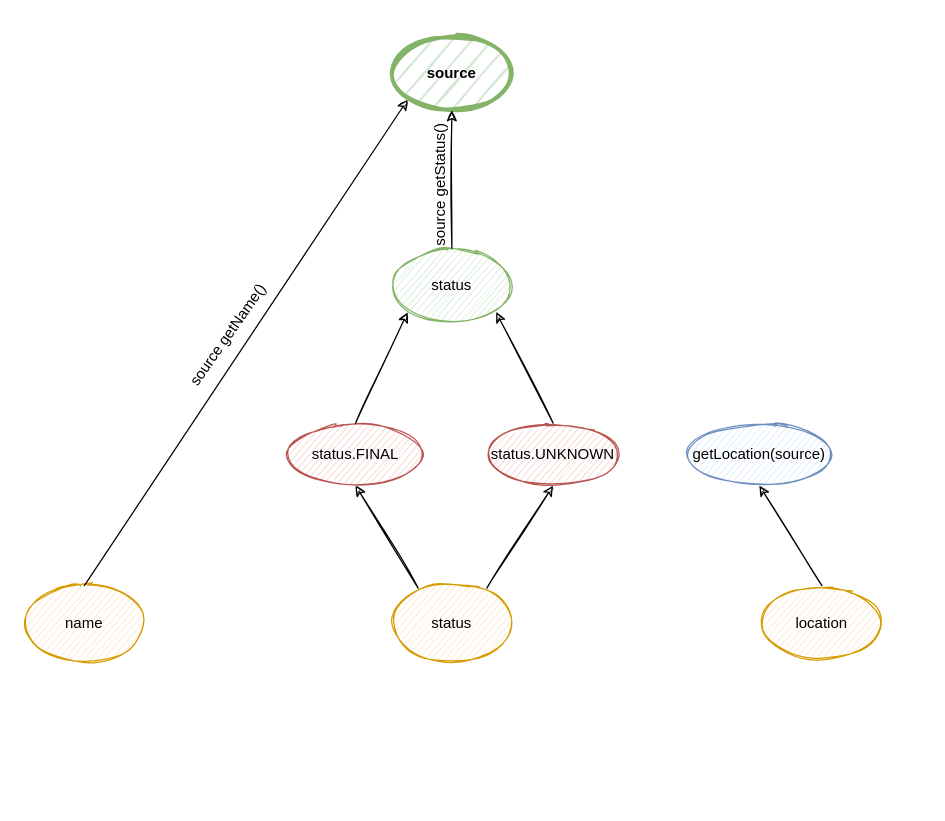
Earlier version of the draw.io diagram dg.drawio (jsachau/drawio). Source tidied: cells renumbered, new cells numbered last; positions are measured from the earlier drawing's top-left corner, leaving out a move shared by most shapes. Both pictures are drawn from the tidied source at 125%, with x=0, y=0 at pixel (21, 35).
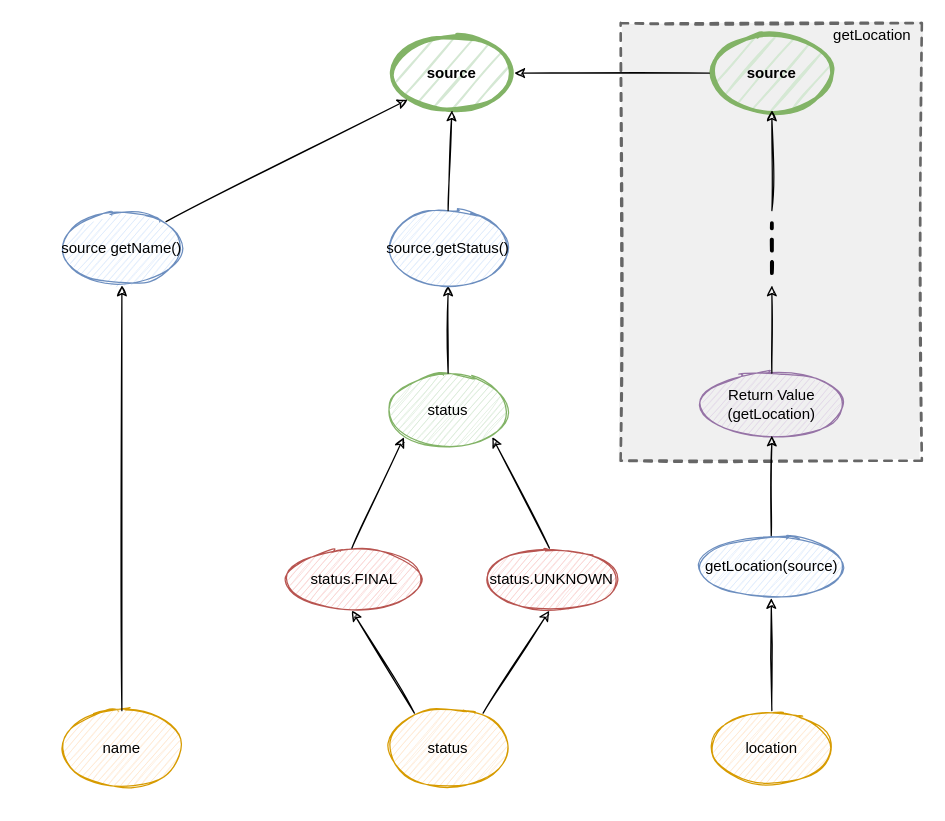
Above is the later version.

The change refers to these unchanged cells:
```xml
<mxCell id="7" value="&lt;b&gt;source&lt;/b&gt;" style="ellipse;whiteSpace=wrap;html=1;sketch=1;fillColor=#d5e8d4;strokeColor=#82b366;strokeWidth=3;" parent="1" vertex="1">
  <mxGeometry x="294" width="100" height="60" as="geometry" />
</mxCell>
```

Change to the diagram source:
```diff
@@
+    <mxCell id="19" style="rounded=0;whiteSpace=wrap;html=1;dashed=1;sketch=1;strokeWidth=2;strokeColor=#666666;fontColor=#333333;fillStyle=solid;fillColor=#F0F0F0;" parent="1" vertex="1">
+      <mxGeometry x="479" y="-10" width="241" height="350" as="geometry" />
+    </mxCell>
     <mxCell id="2" value="name" style="ellipse;whiteSpace=wrap;html=1;fillColor=#ffe6cc;strokeColor=#d79b00;sketch=1;" parent="1" vertex="1">
-      <mxGeometry y="440" width="100" height="60" as="geometry" />
+      <mxGeometry x="30" y="540" width="100" height="60" as="geometry" />
     </mxCell>
     <mxCell id="3" value="status" style="ellipse;whiteSpace=wrap;html=1;fillColor=#ffe6cc;strokeColor=#d79b00;sketch=1;" parent="1" vertex="1">
-      <mxGeometry x="294" y="440" width="100" height="60" as="geometry" />
+      <mxGeometry x="291" y="540" width="100" height="60" as="geometry" />
     </mxCell>
     <mxCell id="4" value="location" style="ellipse;whiteSpace=wrap;html=1;fillColor=#ffe6cc;strokeColor=#d79b00;sketch=1;" parent="1" vertex="1">
-      <mxGeometry x="590" y="440" width="100" height="60" as="geometry" />
+      <mxGeometry x="550" y="540" width="100" height="60" as="geometry" />
     </mxCell>
     <mxCell id="5" value="status.FINAL" style="ellipse;whiteSpace=wrap;html=1;fillColor=#f8cecc;strokeColor=#b85450;sketch=1;" parent="1" vertex="1">
-      <mxGeometry x="210" y="310" width="114" height="50" as="geometry" />
+      <mxGeometry x="209" y="410" width="114" height="50" as="geometry" />
     </mxCell>
     <mxCell id="6" value="status.UNKNOWN" style="ellipse;whiteSpace=wrap;html=1;fillColor=#f8cecc;strokeColor=#b85450;sketch=1;" parent="1" vertex="1">
-      <mxGeometry x="370" y="310" width="110" height="50" as="geometry" />
+      <mxGeometry x="369" y="410" width="110" height="50" as="geometry" />
     </mxCell>
@@
-    <mxCell id="8" style="endArrow=classic;html=1;entryX=0.5;entryY=1;entryDx=0;entryDy=0;exitX=0.78;exitY=0.033;exitDx=0;exitDy=0;exitPerimeter=0;sketch=1;" parent="1" edge="1" source="3" target="6">
-      <mxGeometry relative="1" as="geometry" />
+    <mxCell id="8" style="endArrow=classic;html=1;entryX=0.5;entryY=1;entryDx=0;entryDy=0;exitX=0.78;exitY=0.033;exitDx=0;exitDy=0;exitPerimeter=0;sketch=1;" parent="1" edge="1" source="3">
+      <mxGeometry relative="1" as="geometry">
+        <mxPoint x="422" y="460" as="targetPoint" />
+      </mxGeometry>
     </mxCell>
-    <mxCell id="9" style="endArrow=classic;html=1;entryX=0.5;entryY=1;entryDx=0;entryDy=0;exitX=0.23;exitY=0.033;exitDx=0;exitDy=0;exitPerimeter=0;sketch=1;" parent="1" edge="1" source="3" target="5">
-      <mxGeometry relative="1" as="geometry" />
+    <mxCell id="9" style="endArrow=classic;html=1;entryX=0.5;entryY=1;entryDx=0;entryDy=0;exitX=0.23;exitY=0.033;exitDx=0;exitDy=0;exitPerimeter=0;sketch=1;" parent="1" edge="1" source="3">
+      <mxGeometry relative="1" as="geometry">
+        <mxPoint x="264" y="460" as="targetPoint" />
+      </mxGeometry>
     </mxCell>
-    <mxCell id="10" style="endArrow=classic;html=1;entryX=0;entryY=1;entryDx=0;entryDy=0;exitX=0.5;exitY=0;exitDx=0;exitDy=0;sketch=1;" parent="1" edge="1" source="2" target="7">
+    <mxCell id="10" style="endArrow=classic;html=1;exitX=0.5;exitY=0;exitDx=0;exitDy=0;sketch=1;entryX=0.5;entryY=1;entryDx=0;entryDy=0;" parent="1" edge="1" source="2" target="11">
       <mxGeometry relative="1" as="geometry" />
     </mxCell>
-    <mxCell id="11" value="source getName()" style="text;html=1;align=center;verticalAlign=middle;points=[];rotation=-55;" parent="1" vertex="1">
-      <mxGeometry x="110" y="230" width="110" height="20" as="geometry" />
-    </mxCell>
@@
     <mxCell id="13" value="getLocation(source)" style="ellipse;whiteSpace=wrap;html=1;fillColor=#dae8fc;strokeColor=#6c8ebf;sketch=1;" parent="1" vertex="1">
-      <mxGeometry x="530" y="310" width="120" height="50" as="geometry" />
+      <mxGeometry x="539.5" y="400" width="120" height="50" as="geometry" />
     </mxCell>
     <mxCell id="14" value="status" style="ellipse;whiteSpace=wrap;html=1;fillColor=#d5e8d4;strokeColor=#82b366;sketch=1;" parent="1" vertex="1">
-      <mxGeometry x="294" y="170" width="100" height="60" as="geometry" />
+      <mxGeometry x="291" y="270" width="100" height="60" as="geometry" />
     </mxCell>
-    <mxCell id="15" style="endArrow=classic;html=1;entryX=0.5;entryY=1;entryDx=0;entryDy=0;sketch=1;" parent="1" edge="1" source="14" target="7">
+    <mxCell id="15" style="endArrow=classic;html=1;sketch=1;entryX=0.5;entryY=1;entryDx=0;entryDy=0;" parent="1" edge="1" source="14" target="21">
       <mxGeometry relative="1" as="geometry" />
     </mxCell>
-    <mxCell id="16" style="endArrow=classic;html=1;entryX=0;entryY=1;entryDx=0;entryDy=0;exitX=0.5;exitY=0;exitDx=0;exitDy=0;sketch=1;" parent="1" edge="1" source="5" target="14">
-      <mxGeometry relative="1" as="geometry" />
+    <mxCell id="16" style="endArrow=classic;html=1;entryX=0;entryY=1;entryDx=0;entryDy=0;exitX=0.5;exitY=0;exitDx=0;exitDy=0;sketch=1;" parent="1" edge="1" target="14">
+      <mxGeometry relative="1" as="geometry">
+        <mxPoint x="264" y="410" as="sourcePoint" />
+      </mxGeometry>
     </mxCell>
-    <mxCell id="17" style="endArrow=classic;html=1;entryX=1;entryY=1;entryDx=0;entryDy=0;exitX=0.5;exitY=0;exitDx=0;exitDy=0;sketch=1;" parent="1" edge="1" source="6" target="14">
-      <mxGeometry relative="1" as="geometry" />
+    <mxCell id="17" style="endArrow=classic;html=1;entryX=1;entryY=1;entryDx=0;entryDy=0;exitX=0.5;exitY=0;exitDx=0;exitDy=0;sketch=1;" parent="1" edge="1" target="14">
+      <mxGeometry relative="1" as="geometry">
+        <mxPoint x="422" y="410" as="sourcePoint" />
+      </mxGeometry>
     </mxCell>
-    <mxCell id="18" value="source getStatus()" style="text;html=1;align=center;verticalAlign=middle;rotation=-90;sketch=1;" parent="1" vertex="1">
-      <mxGeometry x="280" y="110" width="110" height="20" as="geometry" />
-    </mxCell>
+    <mxCell id="11" value="source getName()" style="ellipse;whiteSpace=wrap;html=1;fillColor=#dae8fc;strokeColor=#6c8ebf;sketch=1;" parent="1" vertex="1">
+      <mxGeometry x="30" y="140" width="100" height="60" as="geometry" />
+    </mxCell>
+    <mxCell id="20" style="endArrow=classic;html=1;exitX=1;exitY=0;exitDx=0;exitDy=0;sketch=1;entryX=0;entryY=1;entryDx=0;entryDy=0;" parent="1" edge="1" source="11" target="7">
+      <mxGeometry relative="1" as="geometry" />
+    </mxCell>
+    <mxCell id="21" value="&lt;span&gt;source.getStatus()&lt;/span&gt;" style="ellipse;whiteSpace=wrap;html=1;fillColor=#dae8fc;strokeColor=#6c8ebf;sketch=1;" parent="1" vertex="1">
+      <mxGeometry x="291" y="140" width="100" height="60" as="geometry" />
+    </mxCell>
+    <mxCell id="22" style="endArrow=classic;html=1;sketch=1;entryX=0.5;entryY=1;entryDx=0;entryDy=0;exitX=0.5;exitY=0;exitDx=0;exitDy=0;" parent="1" edge="1" source="21" target="7">
+      <mxGeometry relative="1" as="geometry" />
+    </mxCell>
+    <mxCell id="23" value="Return Value (getLocation)" style="ellipse;whiteSpace=wrap;html=1;fillColor=#e1d5e7;strokeColor=#9673a6;sketch=1;" parent="1" vertex="1">
+      <mxGeometry x="540" y="270" width="120" height="50" as="geometry" />
+    </mxCell>
+    <mxCell id="24" value="&lt;span&gt;source&lt;/span&gt;" style="ellipse;whiteSpace=wrap;html=1;sketch=1;fillColor=#d5e8d4;strokeColor=#82b366;strokeWidth=3;fontStyle=1;" parent="1" vertex="1">
+      <mxGeometry x="550" width="100" height="60" as="geometry" />
+    </mxCell>
+    <mxCell id="25" style="endArrow=classic;html=1;exitX=0.5;exitY=0;exitDx=0;exitDy=0;sketch=1;entryX=0.5;entryY=1;entryDx=0;entryDy=0;" parent="1" edge="1" source="13" target="23">
+      <mxGeometry relative="1" as="geometry" />
+    </mxCell>
+    <mxCell id="26" style="endArrow=classic;html=1;exitX=0.5;exitY=0;exitDx=0;exitDy=0;sketch=1;" parent="1" edge="1" source="23">
+      <mxGeometry relative="1" as="geometry">
+        <mxPoint x="600" y="200" as="targetPoint" />
+      </mxGeometry>
+    </mxCell>
+    <mxCell id="27" style="endArrow=classic;html=1;sketch=1;entryX=0.5;entryY=1;entryDx=0;entryDy=0;" parent="1" edge="1" target="24">
+      <mxGeometry relative="1" as="geometry">
+        <mxPoint x="600" y="140" as="sourcePoint" />
+      </mxGeometry>
+    </mxCell>
+    <mxCell id="28" style="endArrow=none;html=1;sketch=1;startArrow=none;startFill=0;endFill=0;dashed=1;strokeWidth=3;" parent="1" edge="1">
+      <mxGeometry relative="1" as="geometry">
+        <mxPoint x="600" y="190" as="sourcePoint" />
+        <mxPoint x="600" y="150" as="targetPoint" />
+      </mxGeometry>
+    </mxCell>
+    <mxCell id="29" style="endArrow=classic;html=1;sketch=1;entryX=1;entryY=0.5;entryDx=0;entryDy=0;exitX=0;exitY=0.5;exitDx=0;exitDy=0;" parent="1" edge="1" source="24" target="7">
+      <mxGeometry relative="1" as="geometry" />
+    </mxCell>
+    <mxCell id="30" style="endArrow=none;html=1;strokeWidth=1;fontColor=#FFFFFF;strokeColor=#FFFFFF;" parent="1" edge="1">
+      <mxGeometry relative="1" as="geometry">
+        <mxPoint x="30" y="610" as="sourcePoint" />
+        <mxPoint x="660" y="610" as="targetPoint" />
+      </mxGeometry>
+    </mxCell>
+    <mxCell id="31" style="endArrow=none;html=1;strokeWidth=1;fontColor=#FFFFFF;strokeColor=#FFFFFF;" parent="1" edge="1">
+      <mxGeometry relative="1" as="geometry">
+        <mxPoint x="20" y="600" as="sourcePoint" />
+        <mxPoint x="20" y="140" as="targetPoint" />
+      </mxGeometry>
+    </mxCell>
+    <mxCell id="32" value="&lt;span style=&quot;color: rgb(0 , 0 , 0)&quot;&gt;getLocation&lt;/span&gt;" style="text;html=1;align=center;verticalAlign=middle;fontColor=#FFFFFF;" parent="1" vertex="1">
+      <mxGeometry x="640" y="-10" width="80" height="20" as="geometry" />
+    </mxCell>
```
